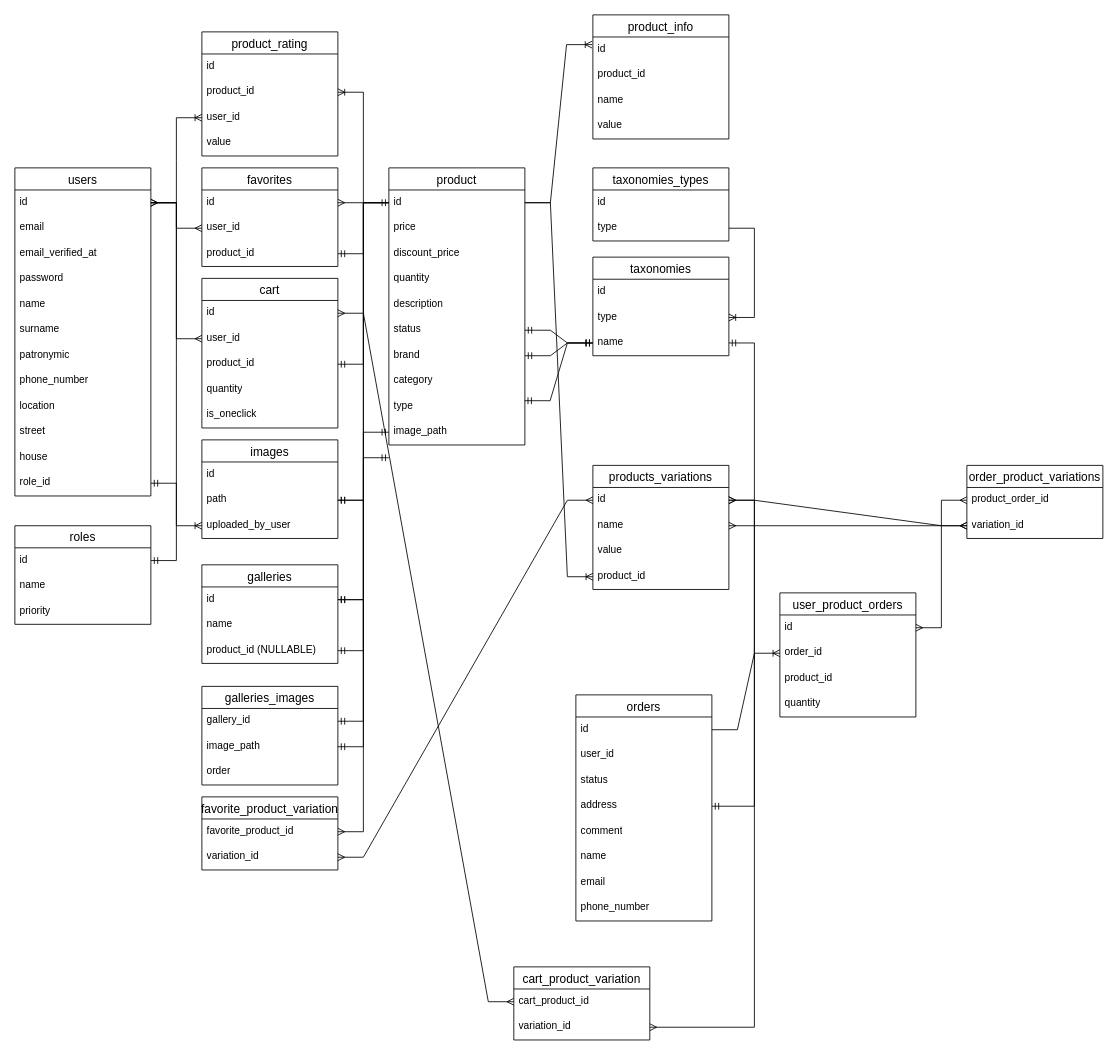
kotbarsik96/audiofree keeps this draw.io diagram as AudioFree.drawio. Above is the earlier version. Source tidied: cells renumbered, new cells numbered last; positions are measured from the earlier drawing's top-left corner, leaving out a move shared by most shapes. Both pictures are drawn from the tidied source at 85%, with x=0, y=0 at pixel (14, 14).
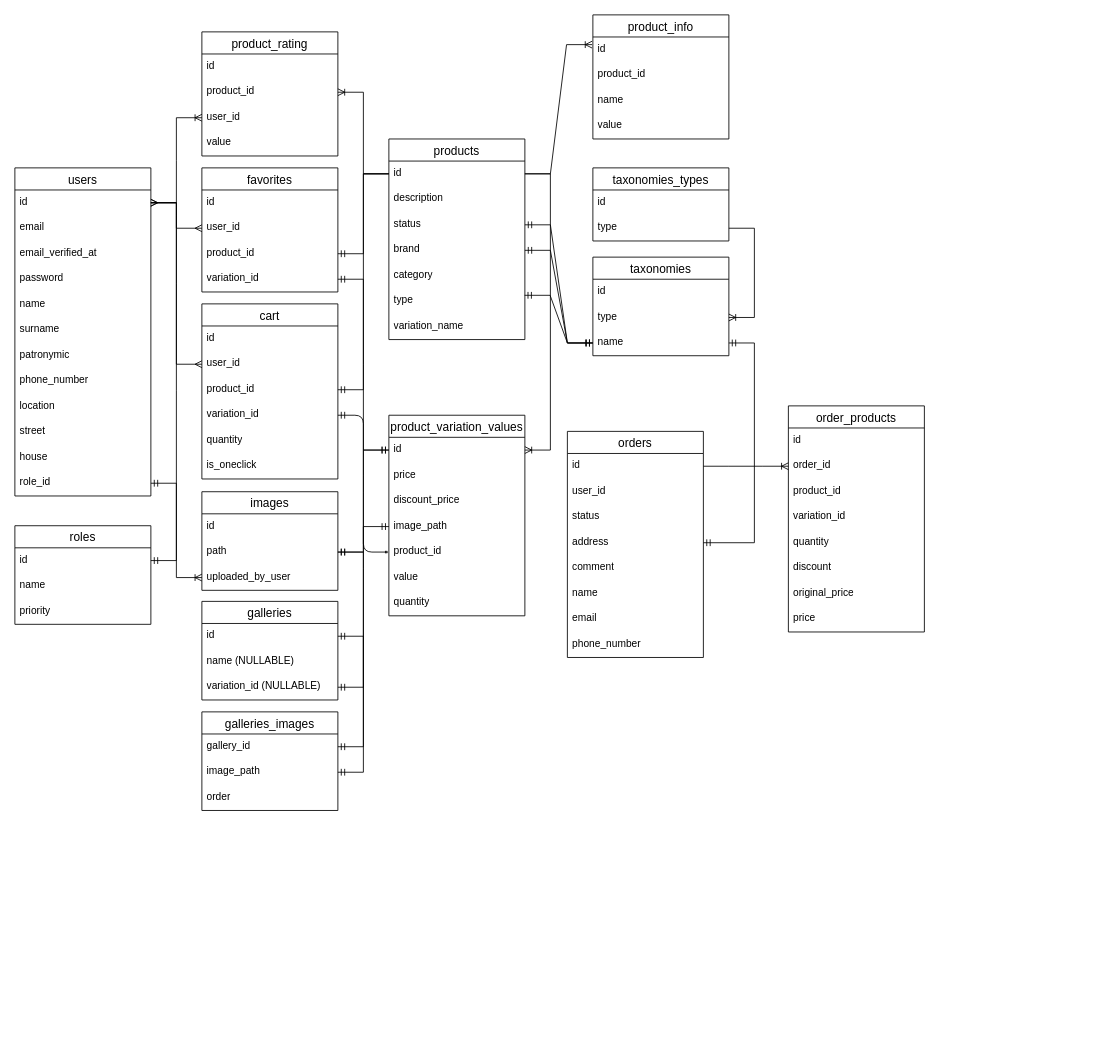
After the change.

Unchanged cells that the change refers to:
```xml
<mxCell id="16" value="id" style="text;strokeColor=none;fillColor=none;spacingLeft=4;spacingRight=4;overflow=hidden;points=[[0,0.5],[1,0.5]];portConstraint=eastwest;fontSize=12;whiteSpace=wrap;html=1;" parent="15" vertex="1">
  <mxGeometry y="26" width="160" height="30" as="geometry" />
</mxCell>
<mxCell id="20" value="id" style="text;strokeColor=none;fillColor=none;spacingLeft=4;spacingRight=4;overflow=hidden;points=[[0,0.5],[1,0.5]];portConstraint=eastwest;fontSize=12;whiteSpace=wrap;html=1;" parent="19" vertex="1">
  <mxGeometry y="26" width="160" height="30" as="geometry" />
</mxCell>
<mxCell id="28" value="id" style="text;strokeColor=none;fillColor=none;spacingLeft=4;spacingRight=4;overflow=hidden;points=[[0,0.5],[1,0.5]];portConstraint=eastwest;fontSize=12;whiteSpace=wrap;html=1;" parent="27" vertex="1">
  <mxGeometry y="26" width="160" height="30" as="geometry" />
</mxCell>
<mxCell id="67" value="id" style="text;strokeColor=none;fillColor=none;spacingLeft=4;spacingRight=4;overflow=hidden;points=[[0,0.5],[1,0.5]];portConstraint=eastwest;fontSize=12;whiteSpace=wrap;html=1;" parent="66" vertex="1">
  <mxGeometry y="26" width="160" height="30" as="geometry" />
</mxCell>
<mxCell id="86" value="id" style="text;strokeColor=none;fillColor=none;spacingLeft=4;spacingRight=4;overflow=hidden;points=[[0,0.5],[1,0.5]];portConstraint=eastwest;fontSize=12;whiteSpace=wrap;html=1;" parent="85" vertex="1">
  <mxGeometry y="26" width="160" height="30" as="geometry" />
</mxCell>
<mxCell id="114" value="id" style="text;strokeColor=none;fillColor=none;spacingLeft=4;spacingRight=4;overflow=hidden;points=[[0,0.5],[1,0.5]];portConstraint=eastwest;fontSize=12;whiteSpace=wrap;html=1;" parent="113" vertex="1">
  <mxGeometry y="26" width="160" height="30" as="geometry" />
</mxCell>
```

Change to the diagram source:
```diff
@@
     <mxCell id="15" value="favorites" style="swimlane;fontStyle=0;horizontal=1;startSize=26;align=center;fontSize=14;" parent="1" vertex="1">
-      <mxGeometry x="220" y="180" width="160" height="116" as="geometry" />
+      <mxGeometry x="220" y="180" width="160" height="146" as="geometry" />
     </mxCell>
@@
+    <mxCell id="125" value="variation_id" style="text;strokeColor=none;fillColor=none;spacingLeft=4;spacingRight=4;overflow=hidden;points=[[0,0.5],[1,0.5]];portConstraint=eastwest;fontSize=12;whiteSpace=wrap;html=1;" parent="15" vertex="1">
+      <mxGeometry y="116" width="160" height="30" as="geometry" />
+    </mxCell>
     <mxCell id="19" value="cart" style="swimlane;fontStyle=0;horizontal=1;startSize=26;align=center;fontSize=14;" parent="1" vertex="1">
-      <mxGeometry x="220" y="310" width="160" height="176" as="geometry" />
+      <mxGeometry x="220" y="340" width="160" height="206" as="geometry" />
     </mxCell>
@@
+    <mxCell id="126" value="variation_id" style="text;strokeColor=none;fillColor=none;spacingLeft=4;spacingRight=4;overflow=hidden;points=[[0,0.5],[1,0.5]];portConstraint=eastwest;fontSize=12;whiteSpace=wrap;html=1;" parent="19" vertex="1">
+      <mxGeometry y="116" width="160" height="30" as="geometry" />
+    </mxCell>
     <mxCell id="23" value="quantity" style="text;strokeColor=none;fillColor=none;spacingLeft=4;spacingRight=4;overflow=hidden;fontSize=12;whiteSpace=wrap;html=1;" parent="19" vertex="1">
-      <mxGeometry y="116" width="160" height="30" as="geometry" />
+      <mxGeometry y="146" width="160" height="30" as="geometry" />
     </mxCell>
     <mxCell id="24" value="is_oneclick" style="text;strokeColor=none;fillColor=none;spacingLeft=4;spacingRight=4;overflow=hidden;fontSize=12;whiteSpace=wrap;html=1;" parent="19" vertex="1">
-      <mxGeometry y="146" width="160" height="30" as="geometry" />
+      <mxGeometry y="176" width="160" height="30" as="geometry" />
     </mxCell>
@@
-    <mxCell id="27" value="product" style="swimlane;fontStyle=0;horizontal=1;startSize=26;align=center;fontSize=14;" parent="1" vertex="1">
-      <mxGeometry x="440" y="180" width="160" height="326" as="geometry" />
+    <mxCell id="27" value="products" style="swimlane;fontStyle=0;horizontal=1;startSize=26;align=center;fontSize=14;" parent="1" vertex="1">
+      <mxGeometry x="440" y="146" width="160" height="236" as="geometry" />
     </mxCell>
@@
-    <mxCell id="29" value="price" style="text;strokeColor=none;fillColor=none;spacingLeft=4;spacingRight=4;overflow=hidden;fontSize=12;whiteSpace=wrap;html=1;" parent="27" vertex="1">
-      <mxGeometry y="56" width="160" height="30" as="geometry" />
-    </mxCell>
-    <mxCell id="30" value="discount_price" style="text;strokeColor=none;fillColor=none;spacingLeft=4;spacingRight=4;overflow=hidden;fontSize=12;whiteSpace=wrap;html=1;" parent="27" vertex="1">
-      <mxGeometry y="86" width="160" height="30" as="geometry" />
-    </mxCell>
-    <mxCell id="31" value="quantity" style="text;strokeColor=none;fillColor=none;spacingLeft=4;spacingRight=4;overflow=hidden;fontSize=12;whiteSpace=wrap;html=1;" parent="27" vertex="1">
-      <mxGeometry y="116" width="160" height="30" as="geometry" />
-    </mxCell>
     <mxCell id="32" value="description" style="text;strokeColor=none;fillColor=none;spacingLeft=4;spacingRight=4;overflow=hidden;fontSize=12;whiteSpace=wrap;html=1;" parent="27" vertex="1">
-      <mxGeometry y="146" width="160" height="30" as="geometry" />
+      <mxGeometry y="56" width="160" height="30" as="geometry" />
     </mxCell>
     <mxCell id="33" value="status" style="text;strokeColor=none;fillColor=none;spacingLeft=4;spacingRight=4;overflow=hidden;points=[[0,0.5],[1,0.5]];portConstraint=eastwest;fontSize=12;whiteSpace=wrap;html=1;" parent="27" vertex="1">
-      <mxGeometry y="176" width="160" height="30" as="geometry" />
+      <mxGeometry y="86" width="160" height="30" as="geometry" />
     </mxCell>
     <mxCell id="34" value="brand" style="text;strokeColor=none;fillColor=none;spacingLeft=4;spacingRight=4;overflow=hidden;points=[[0,0.5],[1,0.5]];portConstraint=eastwest;fontSize=12;whiteSpace=wrap;html=1;" parent="27" vertex="1">
-      <mxGeometry y="206" width="160" height="30" as="geometry" />
+      <mxGeometry y="116" width="160" height="30" as="geometry" />
     </mxCell>
     <mxCell id="35" value="category" style="text;strokeColor=none;fillColor=none;spacingLeft=4;spacingRight=4;overflow=hidden;fontSize=12;whiteSpace=wrap;html=1;" parent="27" vertex="1">
-      <mxGeometry y="236" width="160" height="30" as="geometry" />
+      <mxGeometry y="146" width="160" height="30" as="geometry" />
     </mxCell>
     <mxCell id="36" value="type" style="text;strokeColor=none;fillColor=none;spacingLeft=4;spacingRight=4;overflow=hidden;points=[[0,0.5],[1,0.5]];portConstraint=eastwest;fontSize=12;whiteSpace=wrap;html=1;" parent="27" vertex="1">
-      <mxGeometry y="266" width="160" height="30" as="geometry" />
+      <mxGeometry y="176" width="160" height="30" as="geometry" />
     </mxCell>
-    <mxCell id="37" value="image_path" style="text;strokeColor=none;fillColor=none;spacingLeft=4;spacingRight=4;overflow=hidden;points=[[0,0.5],[1,0.5]];portConstraint=eastwest;fontSize=12;whiteSpace=wrap;html=1;" parent="27" vertex="1">
-      <mxGeometry y="296" width="160" height="30" as="geometry" />
-    </mxCell>
+    <mxCell id="127" value="variation_name" style="text;strokeColor=none;fillColor=none;spacingLeft=4;spacingRight=4;overflow=hidden;fontSize=12;whiteSpace=wrap;html=1;" parent="27" vertex="1">
+      <mxGeometry y="206" width="160" height="30" as="geometry" />
+    </mxCell>
@@
     <mxCell id="49" value="images" style="swimlane;fontStyle=0;horizontal=1;startSize=26;align=center;fontSize=14;" parent="1" vertex="1">
-      <mxGeometry x="220" y="500" width="160" height="116" as="geometry" />
+      <mxGeometry x="220" y="561" width="160" height="116" as="geometry" />
     </mxCell>
@@
     <mxCell id="57" value="orders" style="swimlane;fontStyle=0;horizontal=1;startSize=26;align=center;fontSize=14;" parent="1" vertex="1">
-      <mxGeometry x="660" y="800" width="160" height="266" as="geometry" />
+      <mxGeometry x="650" y="490" width="160" height="266" as="geometry" />
     </mxCell>
@@
-    <mxCell id="66" value="user_product_orders" style="swimlane;fontStyle=0;horizontal=1;startSize=26;align=center;fontSize=14;" parent="1" vertex="1">
-      <mxGeometry x="900" y="680" width="160" height="146" as="geometry" />
+    <mxCell id="66" value="order_products" style="swimlane;fontStyle=0;horizontal=1;startSize=26;align=center;fontSize=14;" parent="1" vertex="1">
+      <mxGeometry x="910" y="460" width="160" height="266" as="geometry" />
     </mxCell>
@@
-    <mxCell id="70" value="quantity" style="text;strokeColor=none;fillColor=none;spacingLeft=4;spacingRight=4;overflow=hidden;fontSize=12;whiteSpace=wrap;html=1;" parent="66" vertex="1">
-      <mxGeometry y="116" width="160" height="30" as="geometry" />
-    </mxCell>
+    <mxCell id="128" value="variation_id" style="text;strokeColor=none;fillColor=none;spacingLeft=4;spacingRight=4;overflow=hidden;fontSize=12;whiteSpace=wrap;html=1;" parent="66" vertex="1">
+      <mxGeometry y="116" width="160" height="30" as="geometry" />
+    </mxCell>
+    <mxCell id="129" value="quantity" style="text;strokeColor=none;fillColor=none;spacingLeft=4;spacingRight=4;overflow=hidden;fontSize=12;whiteSpace=wrap;html=1;" parent="66" vertex="1">
+      <mxGeometry y="146" width="160" height="30" as="geometry" />
+    </mxCell>
+    <mxCell id="130" value="discount" style="text;strokeColor=none;fillColor=none;spacingLeft=4;spacingRight=4;overflow=hidden;fontSize=12;whiteSpace=wrap;html=1;" parent="66" vertex="1">
+      <mxGeometry y="176" width="160" height="30" as="geometry" />
+    </mxCell>
+    <mxCell id="131" value="original_price" style="text;strokeColor=none;fillColor=none;spacingLeft=4;spacingRight=4;overflow=hidden;fontSize=12;whiteSpace=wrap;html=1;" parent="66" vertex="1">
+      <mxGeometry y="206" width="160" height="30" as="geometry" />
+    </mxCell>
+    <mxCell id="132" value="price" style="text;strokeColor=none;fillColor=none;spacingLeft=4;spacingRight=4;overflow=hidden;fontSize=12;whiteSpace=wrap;html=1;" parent="66" vertex="1">
+      <mxGeometry y="236" width="160" height="30" as="geometry" />
+    </mxCell>
@@
-    <mxCell id="85" value="products_variations" style="swimlane;fontStyle=0;horizontal=1;startSize=26;align=center;fontSize=14;" parent="1" vertex="1">
-      <mxGeometry x="680" y="530" width="160" height="146" as="geometry" />
+    <mxCell id="85" value="product_variation_values" style="swimlane;fontStyle=0;horizontal=1;startSize=26;align=center;fontSize=14;" parent="1" vertex="1">
+      <mxGeometry x="440" y="471" width="160" height="236" as="geometry" />
     </mxCell>
@@
-    <mxCell id="87" value="name" style="text;strokeColor=none;fillColor=none;spacingLeft=4;spacingRight=4;overflow=hidden;points=[[0,0.5],[1,0.5]];portConstraint=eastwest;fontSize=12;whiteSpace=wrap;html=1;" parent="85" vertex="1">
-      <mxGeometry y="56" width="160" height="30" as="geometry" />
-    </mxCell>
+    <mxCell id="29" value="price" style="text;strokeColor=none;fillColor=none;spacingLeft=4;spacingRight=4;overflow=hidden;fontSize=12;whiteSpace=wrap;html=1;" parent="85" vertex="1">
+      <mxGeometry y="56" width="160" height="30" as="geometry" />
+    </mxCell>
+    <mxCell id="30" value="discount_price" style="text;strokeColor=none;fillColor=none;spacingLeft=4;spacingRight=4;overflow=hidden;fontSize=12;whiteSpace=wrap;html=1;" parent="85" vertex="1">
+      <mxGeometry y="86" width="160" height="30" as="geometry" />
+    </mxCell>
+    <mxCell id="37" value="image_path" style="text;strokeColor=none;fillColor=none;spacingLeft=4;spacingRight=4;overflow=hidden;points=[[0,0.5],[1,0.5]];portConstraint=eastwest;fontSize=12;whiteSpace=wrap;html=1;" parent="85" vertex="1">
+      <mxGeometry y="116" width="160" height="30" as="geometry" />
+    </mxCell>
+    <mxCell id="89" value="product_id" style="text;strokeColor=none;fillColor=none;spacingLeft=4;spacingRight=4;overflow=hidden;points=[[0,0.5],[1,0.5]];portConstraint=eastwest;fontSize=12;whiteSpace=wrap;html=1;" parent="85" vertex="1">
+      <mxGeometry y="146" width="160" height="30" as="geometry" />
+    </mxCell>
     <mxCell id="88" value="value" style="text;strokeColor=none;fillColor=none;spacingLeft=4;spacingRight=4;overflow=hidden;fontSize=12;whiteSpace=wrap;html=1;" parent="85" vertex="1">
-      <mxGeometry y="86" width="160" height="30" as="geometry" />
+      <mxGeometry y="176" width="160" height="30" as="geometry" />
     </mxCell>
-    <mxCell id="89" value="product_id" style="text;strokeColor=none;fillColor=none;spacingLeft=4;spacingRight=4;overflow=hidden;points=[[0,0.5],[1,0.5]];portConstraint=eastwest;fontSize=12;whiteSpace=wrap;html=1;" parent="85" vertex="1">
-      <mxGeometry y="116" width="160" height="30" as="geometry" />
-    </mxCell>
-    <mxCell id="90" style="edgeStyle=entityRelationEdgeStyle;fontSize=12;html=1;endArrow=ERoneToMany;rounded=0;" parent="1" edge="1" source="28" target="89">
-      <mxGeometry relative="1" as="geometry" />
-    </mxCell>
-    <mxCell id="91" value="order_product_variations" style="swimlane;fontStyle=0;horizontal=1;startSize=26;align=center;fontSize=14;" parent="1" vertex="1">
-      <mxGeometry x="1120" y="530" width="160" height="86" as="geometry" />
-    </mxCell>
-    <mxCell id="92" value="product_order_id" style="text;strokeColor=none;fillColor=none;spacingLeft=4;spacingRight=4;overflow=hidden;points=[[0,0.5],[1,0.5]];portConstraint=eastwest;fontSize=12;whiteSpace=wrap;html=1;" parent="91" vertex="1">
-      <mxGeometry y="26" width="160" height="30" as="geometry" />
-    </mxCell>
-    <mxCell id="93" value="variation_id" style="text;strokeColor=none;fillColor=none;spacingLeft=4;spacingRight=4;overflow=hidden;points=[[0,0.5],[1,0.5]];portConstraint=eastwest;fontSize=12;whiteSpace=wrap;html=1;" parent="91" vertex="1">
-      <mxGeometry y="56" width="160" height="30" as="geometry" />
-    </mxCell>
-    <mxCell id="94" style="edgeStyle=entityRelationEdgeStyle;fontSize=12;html=1;endArrow=ERmany;startArrow=ERmany;rounded=0;" parent="1" edge="1" source="67" target="92">
-      <mxGeometry relative="1" as="geometry" />
-    </mxCell>
+    <mxCell id="133" value="quantity" style="text;strokeColor=none;fillColor=none;spacingLeft=4;spacingRight=4;overflow=hidden;fontSize=12;whiteSpace=wrap;html=1;" parent="85" vertex="1">
+      <mxGeometry y="206" width="160" height="30" as="geometry" />
+    </mxCell>
@@
-    <mxCell id="100" value="cart_product_variation" style="swimlane;fontStyle=0;horizontal=1;startSize=26;align=center;fontSize=14;" parent="1" vertex="1">
-      <mxGeometry x="587" y="1120" width="160" height="86" as="geometry" />
-    </mxCell>
-    <mxCell id="101" value="cart_product_id" style="text;strokeColor=none;fillColor=none;spacingLeft=4;spacingRight=4;overflow=hidden;points=[[0,0.5],[1,0.5]];portConstraint=eastwest;fontSize=12;whiteSpace=wrap;html=1;" parent="100" vertex="1">
-      <mxGeometry y="26" width="160" height="30" as="geometry" />
-    </mxCell>
-    <mxCell id="102" value="variation_id" style="text;strokeColor=none;fillColor=none;spacingLeft=4;spacingRight=4;overflow=hidden;points=[[0,0.5],[1,0.5]];portConstraint=eastwest;fontSize=12;whiteSpace=wrap;html=1;" parent="100" vertex="1">
-      <mxGeometry y="56" width="160" height="30" as="geometry" />
-    </mxCell>
-    <mxCell id="103" style="edgeStyle=entityRelationEdgeStyle;fontSize=12;html=1;endArrow=ERmany;startArrow=ERmany;rounded=0;" parent="1" edge="1" source="20" target="101">
-      <mxGeometry relative="1" as="geometry">
-        <Array as="points">
-          <mxPoint x="590" y="930" />
-          <mxPoint x="480" y="650" />
-        </Array>
-      </mxGeometry>
-    </mxCell>
-    <mxCell id="104" value="favorite_product_variation" style="swimlane;fontStyle=0;horizontal=1;startSize=26;align=center;fontSize=14;" parent="1" vertex="1">
-      <mxGeometry x="220" y="920" width="160" height="86" as="geometry" />
-    </mxCell>
-    <mxCell id="105" value="favorite_product_id" style="text;strokeColor=none;fillColor=none;spacingLeft=4;spacingRight=4;overflow=hidden;points=[[0,0.5],[1,0.5]];portConstraint=eastwest;fontSize=12;whiteSpace=wrap;html=1;" parent="104" vertex="1">
-      <mxGeometry y="26" width="160" height="30" as="geometry" />
-    </mxCell>
-    <mxCell id="106" value="variation_id" style="text;strokeColor=none;fillColor=none;spacingLeft=4;spacingRight=4;overflow=hidden;points=[[0,0.5],[1,0.5]];portConstraint=eastwest;fontSize=12;whiteSpace=wrap;html=1;" parent="104" vertex="1">
-      <mxGeometry y="56" width="160" height="30" as="geometry" />
-    </mxCell>
-    <mxCell id="107" style="edgeStyle=entityRelationEdgeStyle;fontSize=12;html=1;endArrow=ERmany;startArrow=ERmany;rounded=0;" parent="1" edge="1" source="105" target="16">
-      <mxGeometry relative="1" as="geometry" />
-    </mxCell>
@@
-    <mxCell id="109" style="edgeStyle=entityRelationEdgeStyle;fontSize=12;html=1;endArrow=ERmany;startArrow=ERmany;rounded=0;" parent="1" edge="1" source="86" target="93">
-      <mxGeometry relative="1" as="geometry" />
-    </mxCell>
-    <mxCell id="110" style="edgeStyle=entityRelationEdgeStyle;fontSize=12;html=1;endArrow=ERmany;startArrow=ERmany;rounded=0;" parent="1" edge="1" source="106" target="86">
-      <mxGeometry relative="1" as="geometry" />
-    </mxCell>
-    <mxCell id="111" style="edgeStyle=entityRelationEdgeStyle;fontSize=12;html=1;endArrow=ERmany;startArrow=ERmany;rounded=0;" parent="1" edge="1" source="102" target="86">
-      <mxGeometry relative="1" as="geometry" />
-    </mxCell>
-    <mxCell id="112" style="edgeStyle=entityRelationEdgeStyle;fontSize=12;html=1;endArrow=ERmany;startArrow=ERmany;rounded=0;" parent="1" edge="1" source="93" target="87">
-      <mxGeometry relative="1" as="geometry" />
-    </mxCell>
     <mxCell id="113" value="galleries" style="swimlane;fontStyle=0;horizontal=1;startSize=26;align=center;fontSize=14;" parent="1" vertex="1">
-      <mxGeometry x="220" y="647" width="160" height="116" as="geometry" />
+      <mxGeometry x="220" y="690" width="160" height="116" as="geometry" />
     </mxCell>
@@
-    <mxCell id="115" value="name" style="text;strokeColor=none;fillColor=none;spacingLeft=4;spacingRight=4;overflow=hidden;fontSize=12;whiteSpace=wrap;html=1;" parent="113" vertex="1">
+    <mxCell id="115" value="name (NULLABLE)" style="text;strokeColor=none;fillColor=none;spacingLeft=4;spacingRight=4;overflow=hidden;fontSize=12;whiteSpace=wrap;html=1;" parent="113" vertex="1">
       <mxGeometry y="56" width="160" height="30" as="geometry" />
     </mxCell>
-    <mxCell id="116" value="product_id (NULLABLE)" style="text;strokeColor=none;fillColor=none;spacingLeft=4;spacingRight=4;overflow=hidden;points=[[0,0.5],[1,0.5]];portConstraint=eastwest;fontSize=12;whiteSpace=wrap;html=1;" parent="113" vertex="1">
+    <mxCell id="116" value="variation&lt;span style=&quot;background-color: initial;&quot;&gt;_id (NULLABLE)&lt;/span&gt;" style="text;strokeColor=none;fillColor=none;spacingLeft=4;spacingRight=4;overflow=hidden;points=[[0,0.5],[1,0.5]];portConstraint=eastwest;fontSize=12;whiteSpace=wrap;html=1;" parent="113" vertex="1">
       <mxGeometry y="86" width="160" height="30" as="geometry" />
     </mxCell>
     <mxCell id="117" value="galleries_images" style="swimlane;fontStyle=0;horizontal=1;startSize=26;align=center;fontSize=14;" parent="1" vertex="1">
-      <mxGeometry x="220" y="790" width="160" height="116" as="geometry" />
+      <mxGeometry x="220" y="820" width="160" height="116" as="geometry" />
     </mxCell>
@@
-    <mxCell id="123" style="edgeStyle=entityRelationEdgeStyle;fontSize=12;html=1;endArrow=ERmandOne;startArrow=ERmandOne;rounded=0;" parent="1" edge="1" source="114">
-      <mxGeometry relative="1" as="geometry">
-        <mxPoint x="440" y="521" as="targetPoint" />
-      </mxGeometry>
-    </mxCell>
-    <mxCell id="124" style="edgeStyle=entityRelationEdgeStyle;fontSize=12;html=1;endArrow=ERmandOne;startArrow=ERmandOne;rounded=0;" parent="1" edge="1" source="116" target="28">
+    <mxCell id="124" style="edgeStyle=entityRelationEdgeStyle;fontSize=12;html=1;endArrow=ERmandOne;startArrow=ERmandOne;rounded=0;" parent="1" edge="1" source="116" target="86">
       <mxGeometry relative="1" as="geometry" />
     </mxCell>
+    <mxCell id="134" style="edgeStyle=entityRelationEdgeStyle;fontSize=12;html=1;endArrow=ERoneToMany;rounded=0;" parent="1" edge="1" source="28" target="86">
+      <mxGeometry relative="1" as="geometry" />
+    </mxCell>
+    <mxCell id="135" style="edgeStyle=entityRelationEdgeStyle;fontSize=12;html=1;endArrow=ERmandOne;startArrow=ERmandOne;rounded=1;jumpSize=7;targetPerimeterSpacing=1;endSize=1;flowAnimation=0;shadow=0;curved=0;" parent="1" edge="1" source="126" target="89">
+      <mxGeometry relative="1" as="geometry">
+        <Array as="points">
+          <mxPoint x="400" y="530" />
+          <mxPoint x="500" y="560" />
+          <mxPoint x="600" y="700" />
+          <mxPoint x="390" y="470" />
+        </Array>
+      </mxGeometry>
+    </mxCell>
+    <mxCell id="136" style="edgeStyle=entityRelationEdgeStyle;fontSize=12;html=1;endArrow=ERmandOne;startArrow=ERmandOne;rounded=0;" parent="1" edge="1" source="125" target="86">
+      <mxGeometry relative="1" as="geometry" />
+    </mxCell>
```
